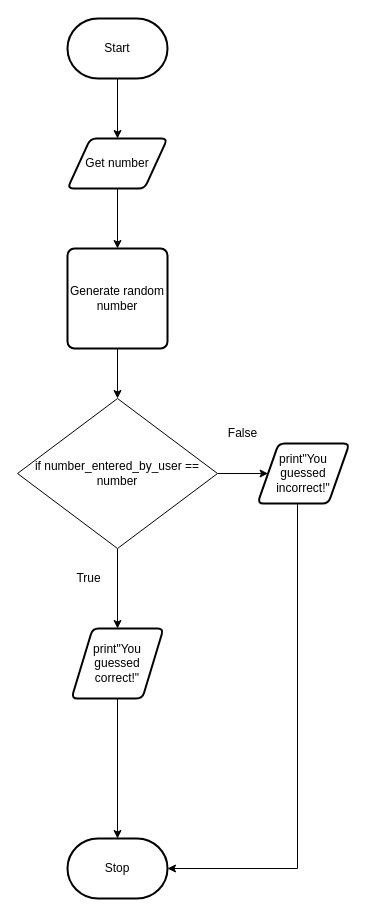
Earlier version of the draw.io diagram flowchart.drawio (michael-clermont1/ICS3U-Unit5-04-Python). Source tidied: cells renumbered, new cells numbered last; positions are measured from the earlier drawing's top-left corner, leaving out a move shared by most shapes. Both pictures are drawn from the tidied source at 100%, with x=0, y=0 at pixel (17, 18).
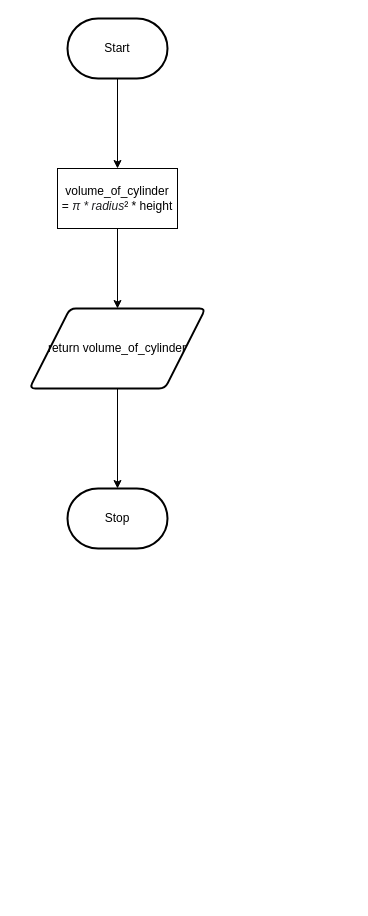
The same page after the edit.

Diff of the diagram source:
```diff
@@
 <mxGraphModel>
   <root>
     <mxCell id="0" />
     <mxCell id="1" parent="0" />
-    <mxCell id="2" style="edgeStyle=orthogonalEdgeStyle;rounded=0;html=1;exitX=0.5;exitY=1;exitDx=0;exitDy=0;entryX=0.5;entryY=0;entryDx=0;entryDy=0;" parent="1" edge="1" source="3" target="17">
-      <mxGeometry relative="1" as="geometry" />
-    </mxCell>
-    <mxCell id="3" value="Get number" style="shape=parallelogram;html=1;strokeWidth=2;perimeter=parallelogramPerimeter;whiteSpace=wrap;rounded=1;arcSize=12;size=0.23;" parent="1" vertex="1">
-      <mxGeometry x="50" y="120" width="100" height="50" as="geometry" />
-    </mxCell>
-    <mxCell id="4" style="edgeStyle=orthogonalEdgeStyle;rounded=0;html=1;entryX=0.5;entryY=0;entryDx=0;entryDy=0;" parent="1" edge="1" source="5" target="3">
-      <mxGeometry relative="1" as="geometry" />
-    </mxCell>
+    <mxCell id="18" style="edgeStyle=none;html=1;entryX=0.5;entryY=0;entryDx=0;entryDy=0;fontFamily=Helvetica;fontSize=12;fontColor=#000000;" parent="1" edge="1" source="5" target="20">
+      <mxGeometry relative="1" as="geometry" />
+    </mxCell>
     <mxCell id="5" value="Start" style="strokeWidth=2;html=1;shape=mxgraph.flowchart.terminator;whiteSpace=wrap;" parent="1" vertex="1">
       <mxGeometry x="50" width="100" height="60" as="geometry" />
     </mxCell>
     <mxCell id="6" value="Stop" style="strokeWidth=2;html=1;shape=mxgraph.flowchart.terminator;whiteSpace=wrap;" parent="1" vertex="1">
-      <mxGeometry x="50" y="820" width="100" height="60" as="geometry" />
+      <mxGeometry x="50" y="470" width="100" height="60" as="geometry" />
     </mxCell>
-    <mxCell id="7" style="edgeStyle=orthogonalEdgeStyle;rounded=0;html=1;entryX=0.5;entryY=0;entryDx=0;entryDy=0;entryPerimeter=0;" parent="1" edge="1" source="8" target="6">
+    <mxCell id="7" style="edgeStyle=none;html=1;entryX=0.5;entryY=0;entryDx=0;entryDy=0;entryPerimeter=0;fontFamily=Helvetica;fontSize=12;fontColor=#000000;" parent="1" edge="1" source="8" target="6">
       <mxGeometry relative="1" as="geometry" />
     </mxCell>
-    <mxCell id="8" value="print&quot;You guessed correct!&quot;" style="shape=parallelogram;html=1;strokeWidth=2;perimeter=parallelogramPerimeter;whiteSpace=wrap;rounded=1;arcSize=12;size=0.23;" parent="1" vertex="1">
-      <mxGeometry x="54" y="610" width="92" height="70" as="geometry" />
+    <mxCell id="8" value="return volume_of_cylinder" style="shape=parallelogram;html=1;strokeWidth=2;perimeter=parallelogramPerimeter;whiteSpace=wrap;rounded=1;arcSize=12;size=0.23;" parent="1" vertex="1">
+      <mxGeometry x="12" y="290" width="176" height="80" as="geometry" />
     </mxCell>
-    <mxCell id="9" style="edgeStyle=orthogonalEdgeStyle;rounded=0;html=1;entryX=1;entryY=0.5;entryDx=0;entryDy=0;entryPerimeter=0;" parent="1" edge="1" source="10" target="6">
-      <mxGeometry relative="1" as="geometry">
-        <Array as="points">
-          <mxPoint x="280" y="850" />
-        </Array>
-      </mxGeometry>
-    </mxCell>
-    <mxCell id="10" value="print&quot;You guessed incorrect!&quot;" style="shape=parallelogram;html=1;strokeWidth=2;perimeter=parallelogramPerimeter;whiteSpace=wrap;rounded=1;arcSize=12;size=0.23;" parent="1" vertex="1">
-      <mxGeometry x="240" y="425" width="92" height="60" as="geometry" />
-    </mxCell>
-    <mxCell id="11" style="edgeStyle=none;html=1;entryX=0.5;entryY=0;entryDx=0;entryDy=0;" parent="1" edge="1" source="13" target="8">
-      <mxGeometry relative="1" as="geometry" />
-    </mxCell>
-    <mxCell id="12" style="edgeStyle=orthogonalEdgeStyle;html=1;entryX=0;entryY=0.5;entryDx=0;entryDy=0;" parent="1" edge="1" source="13" target="10">
-      <mxGeometry relative="1" as="geometry" />
-    </mxCell>
-    <mxCell id="13" value="&lt;span&gt;if number_entered_by_user == number&lt;/span&gt;" style="rhombus;whiteSpace=wrap;html=1;" parent="1" vertex="1">
-      <mxGeometry y="380" width="200" height="150" as="geometry" />
-    </mxCell>
-    <mxCell id="14" value="False" style="text;html=1;align=center;verticalAlign=middle;fillColor=none;strokeColor=none;rounded=0;" parent="1" vertex="1">
-      <mxGeometry x="200" y="405" width="50" height="20" as="geometry" />
-    </mxCell>
-    <mxCell id="15" value="True" style="text;html=1;align=center;verticalAlign=middle;fillColor=none;strokeColor=none;rounded=0;" parent="1" vertex="1">
-      <mxGeometry x="51" y="550" width="40" height="20" as="geometry" />
-    </mxCell>
-    <mxCell id="16" style="edgeStyle=orthogonalEdgeStyle;rounded=0;html=1;entryX=0.5;entryY=0;entryDx=0;entryDy=0;" parent="1" edge="1" source="17" target="13">
-      <mxGeometry relative="1" as="geometry" />
-    </mxCell>
-    <mxCell id="17" value="Generate random number" style="rounded=1;whiteSpace=wrap;html=1;absoluteArcSize=1;arcSize=14;strokeWidth=2;" parent="1" vertex="1">
-      <mxGeometry x="50" y="230" width="100" height="100" as="geometry" />
-    </mxCell>
+    <mxCell id="19" style="edgeStyle=none;html=1;entryX=0.5;entryY=0;entryDx=0;entryDy=0;fontFamily=Helvetica;fontSize=12;fontColor=#000000;" parent="1" edge="1" source="20" target="8">
+      <mxGeometry relative="1" as="geometry" />
+    </mxCell>
+    <mxCell id="20" value="volume_of_cylinder =&amp;nbsp;&lt;span style=&quot;color: rgb(32 , 33 , 36) ; font-style: italic ; background-color: rgb(255 , 255 , 255)&quot;&gt;&lt;font style=&quot;font-size: 12px&quot;&gt;π * radius&lt;/font&gt;&lt;/span&gt;&lt;span style=&quot;background-color: rgb(255 , 255 , 255)&quot;&gt;&lt;font style=&quot;font-size: 12px&quot;&gt;² * height&lt;/font&gt;&lt;/span&gt;" style="rounded=0;whiteSpace=wrap;html=1;" parent="1" vertex="1">
+      <mxGeometry x="40" y="150" width="120" height="60" as="geometry" />
+    </mxCell>
   </root>
 </mxGraphModel>
```
